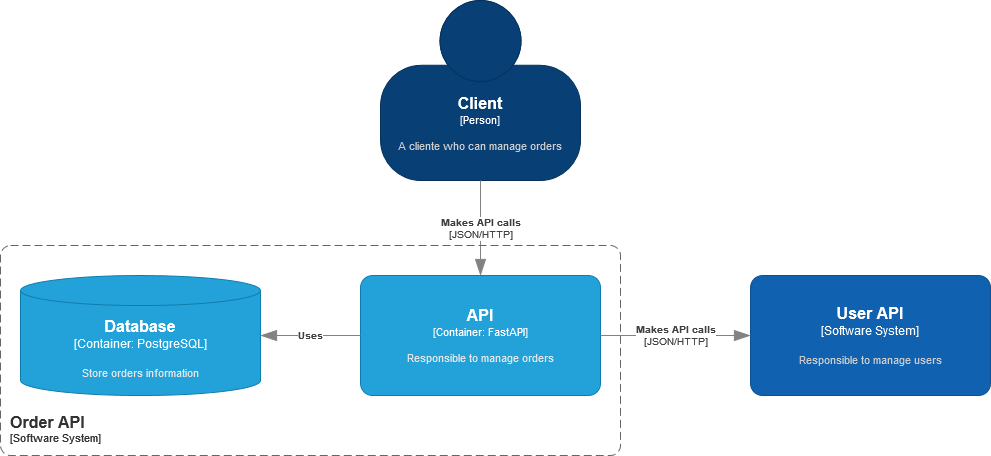
Above: order-api/docs/c4_diagrams/C4_diagrams-Order API.drawio.png in gabrielmvnog/desafio-serasa (draw.io), before the change. Source tidied: cells renumbered, new cells last; positions are measured from the earlier drawing's top-left corner, leaving out a move shared by most shapes. The source it was exported from:
```xml
<mxGraphModel>
  <root>
    <mxCell id="0" />
    <mxCell id="1" parent="0" />
    <object id="2" label="&lt;font style=&quot;font-size: 16px&quot;&gt;&lt;b&gt;%c4Name%&lt;/b&gt;&lt;/font&gt;&lt;div&gt;[%c4Type%]&lt;/div&gt;&lt;br&gt;&lt;div&gt;&lt;font style=&quot;font-size: 11px&quot;&gt;&lt;font color=&quot;#cccccc&quot;&gt;%c4Description%&lt;/font&gt;&lt;/div&gt;" c4Description="A cliente who can manage orders" c4Name="Client" c4Type="Person" placeholders="1">
      <mxCell style="html=1;fontSize=11;dashed=0;whiteSpace=wrap;fillColor=#083F75;strokeColor=#06315C;fontColor=#ffffff;shape=mxgraph.c4.person2;align=center;points=[[0.5,0,0],[1,0.5,0],[1,0.75,0],[0.75,1,0],[0.5,1,0],[0.25,1,0],[0,0.75,0],[0,0.5,0]];" parent="1" vertex="1">
        <mxGeometry x="380" width="200" height="180" as="geometry" />
      </mxCell>
    </object>
    <object id="3" label="&lt;div style=&quot;text-align: left&quot;&gt;&lt;div style=&quot;text-align: center&quot;&gt;&lt;b&gt;%c4Description%&lt;/b&gt;&lt;/div&gt;&lt;div style=&quot;text-align: center&quot;&gt;[%c4Technology%]&lt;/div&gt;&lt;/div&gt;" c4Description="Makes API calls" c4Technology="JSON/HTTP" c4Type="Relationship" placeholders="1">
      <mxCell style="endArrow=blockThin;html=1;fontSize=10;fontColor=#404040;strokeWidth=1;endFill=1;strokeColor=#828282;elbow=vertical;endSize=14;startSize=14;jumpStyle=arc;jumpSize=16;rounded=0;edgeStyle=orthogonalEdgeStyle;exitX=0.5;exitY=1;exitDx=0;exitDy=0;exitPerimeter=0;" parent="1" edge="1" source="2" target="4">
        <mxGeometry relative="1" as="geometry" />
      </mxCell>
    </object>
    <object id="4" label="&lt;font style=&quot;font-size: 16px&quot;&gt;&lt;b&gt;%c4Name%&lt;/b&gt;&lt;/font&gt;&lt;div&gt;[%c4Type%: %c4Technology%]&lt;/div&gt;&lt;br&gt;&lt;div&gt;&lt;font style=&quot;font-size: 11px&quot;&gt;&lt;font color=&quot;#E6E6E6&quot;&gt;%c4Description%&lt;/font&gt;&lt;/div&gt;" c4Description="Responsible to manage orders" c4Name="API" c4Technology="FastAPI" c4Type="Container" placeholders="1">
      <mxCell style="rounded=1;whiteSpace=wrap;html=1;fontSize=11;labelBackgroundColor=none;fillColor=#23A2D9;fontColor=#ffffff;align=center;arcSize=10;strokeColor=#0E7DAD;points=[[0.25,0,0],[0.5,0,0],[0.75,0,0],[1,0.25,0],[1,0.5,0],[1,0.75,0],[0.75,1,0],[0.5,1,0],[0.25,1,0],[0,0.75,0],[0,0.5,0],[0,0.25,0]];" parent="1" vertex="1">
        <mxGeometry x="360" y="275" width="240" height="120" as="geometry" />
      </mxCell>
    </object>
    <object id="5" label="&lt;font style=&quot;font-size: 16px&quot;&gt;&lt;b&gt;%c4Type%&lt;/b&gt;&lt;/font&gt;&lt;div&gt;[%c4Container%:&amp;nbsp;%c4Technology%]&lt;/div&gt;&lt;br&gt;&lt;div&gt;&lt;font style=&quot;font-size: 11px&quot;&gt;&lt;font color=&quot;#E6E6E6&quot;&gt;%c4Description%&lt;/font&gt;&lt;/div&gt;" c4Container="Container" c4Description="Store orders information" c4Technology="PostgreSQL" c4Type="Database" placeholders="1">
      <mxCell style="shape=cylinder3;size=15;whiteSpace=wrap;html=1;boundedLbl=1;rounded=0;labelBackgroundColor=none;fillColor=#23A2D9;fontSize=12;fontColor=#ffffff;align=center;strokeColor=#0E7DAD;points=[[0.5,0,0],[1,0.25,0],[1,0.5,0],[1,0.75,0],[0.5,1,0],[0,0.75,0],[0,0.5,0],[0,0.25,0]];" parent="1" vertex="1">
        <mxGeometry x="20" y="275" width="240" height="120" as="geometry" />
      </mxCell>
    </object>
    <object id="6" label="&lt;font style=&quot;font-size: 16px&quot;&gt;&lt;b&gt;%c4Name%&lt;/b&gt;&lt;/font&gt;&lt;div&gt;[%c4Type%]&lt;/div&gt;&lt;br&gt;&lt;div&gt;&lt;font style=&quot;font-size: 11px&quot;&gt;&lt;font color=&quot;#cccccc&quot;&gt;%c4Description%&lt;/font&gt;&lt;/div&gt;" c4Description="Responsible to manage users" c4Name="User API" c4Type="Software System" placeholders="1">
      <mxCell style="rounded=1;whiteSpace=wrap;html=1;labelBackgroundColor=none;fillColor=#1061B0;fontColor=#ffffff;align=center;arcSize=10;strokeColor=#0D5091;points=[[0.25,0,0],[0.5,0,0],[0.75,0,0],[1,0.25,0],[1,0.5,0],[1,0.75,0],[0.75,1,0],[0.5,1,0],[0.25,1,0],[0,0.75,0],[0,0.5,0],[0,0.25,0]];" parent="1" vertex="1">
        <mxGeometry x="750" y="275" width="240" height="120" as="geometry" />
      </mxCell>
    </object>
    <object id="7" label="&lt;div style=&quot;text-align: left&quot;&gt;&lt;div style=&quot;text-align: center&quot;&gt;&lt;b&gt;%c4Description%&lt;/b&gt;&lt;/div&gt;&lt;div style=&quot;text-align: center&quot;&gt;[%c4Technology%]&lt;/div&gt;&lt;/div&gt;" c4Description="Makes API calls" c4Technology="JSON/HTTP" c4Type="Relationship" placeholders="1">
      <mxCell style="endArrow=blockThin;html=1;fontSize=10;fontColor=#404040;strokeWidth=1;endFill=1;strokeColor=#828282;elbow=vertical;endSize=14;startSize=14;jumpStyle=arc;jumpSize=16;rounded=0;edgeStyle=orthogonalEdgeStyle;exitX=1;exitY=0.5;exitDx=0;exitDy=0;exitPerimeter=0;entryX=0;entryY=0.5;entryDx=0;entryDy=0;entryPerimeter=0;" parent="1" edge="1" source="4" target="6">
        <mxGeometry relative="1" as="geometry" />
      </mxCell>
    </object>
    <object id="8" label="&lt;font style=&quot;font-size: 16px&quot;&gt;&lt;b&gt;&lt;div style=&quot;text-align: left&quot;&gt;%c4Name%&lt;/div&gt;&lt;/b&gt;&lt;/font&gt;&lt;div style=&quot;text-align: left&quot;&gt;[%c4Application%]&lt;/div&gt;" c4Application="Software System" c4Name="Order API" c4Type="SystemScopeBoundary" placeholders="1">
      <mxCell style="rounded=1;fontSize=11;whiteSpace=wrap;html=1;dashed=1;arcSize=20;fillColor=none;strokeColor=#666666;fontColor=#333333;labelBackgroundColor=none;align=left;verticalAlign=bottom;labelBorderColor=none;spacingTop=0;spacing=10;dashPattern=8 4;perimeter=rectanglePerimeter;noLabel=0;labelPadding=0;absoluteArcSize=1;" parent="1" vertex="1">
        <mxGeometry y="245" width="620" height="210" as="geometry" />
      </mxCell>
    </object>
    <object id="9" label="&lt;div style=&quot;text-align: left&quot;&gt;&lt;div style=&quot;text-align: center&quot;&gt;&lt;b&gt;%c4Description%&lt;/b&gt;&lt;/div&gt;" c4Description="Uses" c4Type="Relationship" placeholders="1">
      <mxCell style="endArrow=blockThin;html=1;fontSize=10;fontColor=#404040;strokeWidth=1;endFill=1;strokeColor=#828282;elbow=vertical;endSize=14;startSize=14;jumpStyle=arc;jumpSize=16;rounded=0;edgeStyle=orthogonalEdgeStyle;entryX=1;entryY=0.5;entryDx=0;entryDy=0;entryPerimeter=0;exitX=0;exitY=0.5;exitDx=0;exitDy=0;exitPerimeter=0;" parent="1" edge="1" source="4" target="5">
        <mxGeometry relative="1" as="geometry" />
      </mxCell>
    </object>
  </root>
</mxGraphModel>
```
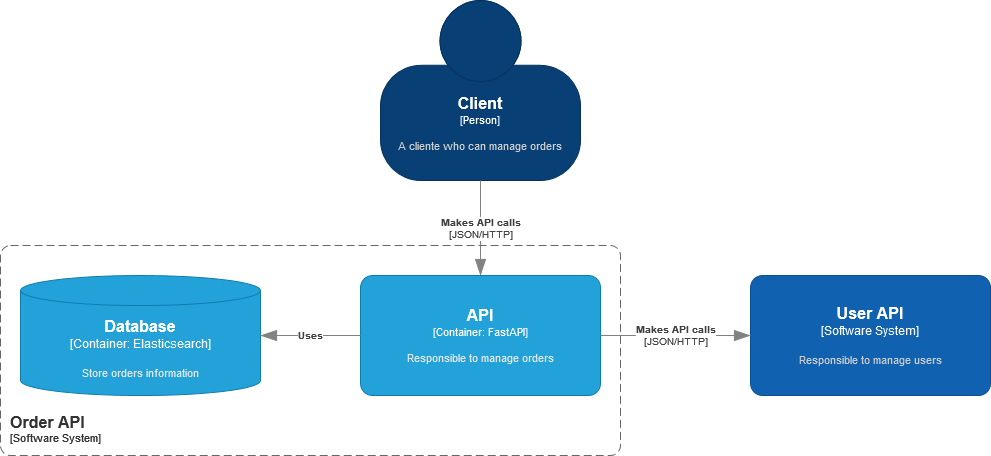
Above is the later version.

Change to the diagram source:
```diff
@@ -17,7 +17,7 @@
         <mxGeometry x="360" y="275" width="240" height="120" as="geometry" />
       </mxCell>
     </object>
-    <object id="5" label="&lt;font style=&quot;font-size: 16px&quot;&gt;&lt;b&gt;%c4Type%&lt;/b&gt;&lt;/font&gt;&lt;div&gt;[%c4Container%:&amp;nbsp;%c4Technology%]&lt;/div&gt;&lt;br&gt;&lt;div&gt;&lt;font style=&quot;font-size: 11px&quot;&gt;&lt;font color=&quot;#E6E6E6&quot;&gt;%c4Description%&lt;/font&gt;&lt;/div&gt;" c4Container="Container" c4Description="Store orders information" c4Technology="PostgreSQL" c4Type="Database" placeholders="1">
+    <object id="5" label="&lt;font style=&quot;font-size: 16px&quot;&gt;&lt;b&gt;%c4Type%&lt;/b&gt;&lt;/font&gt;&lt;div&gt;[%c4Container%:&amp;nbsp;%c4Technology%]&lt;/div&gt;&lt;br&gt;&lt;div&gt;&lt;font style=&quot;font-size: 11px&quot;&gt;&lt;font color=&quot;#E6E6E6&quot;&gt;%c4Description%&lt;/font&gt;&lt;/div&gt;" c4Container="Container" c4Description="Store orders information" c4Technology="Elasticsearch" c4Type="Database" placeholders="1">
       <mxCell style="shape=cylinder3;size=15;whiteSpace=wrap;html=1;boundedLbl=1;rounded=0;labelBackgroundColor=none;fillColor=#23A2D9;fontSize=12;fontColor=#ffffff;align=center;strokeColor=#0E7DAD;points=[[0.5,0,0],[1,0.25,0],[1,0.5,0],[1,0.75,0],[0.5,1,0],[0,0.75,0],[0,0.5,0],[0,0.25,0]];" parent="1" vertex="1">
         <mxGeometry x="20" y="275" width="240" height="120" as="geometry" />
       </mxCell>
```
